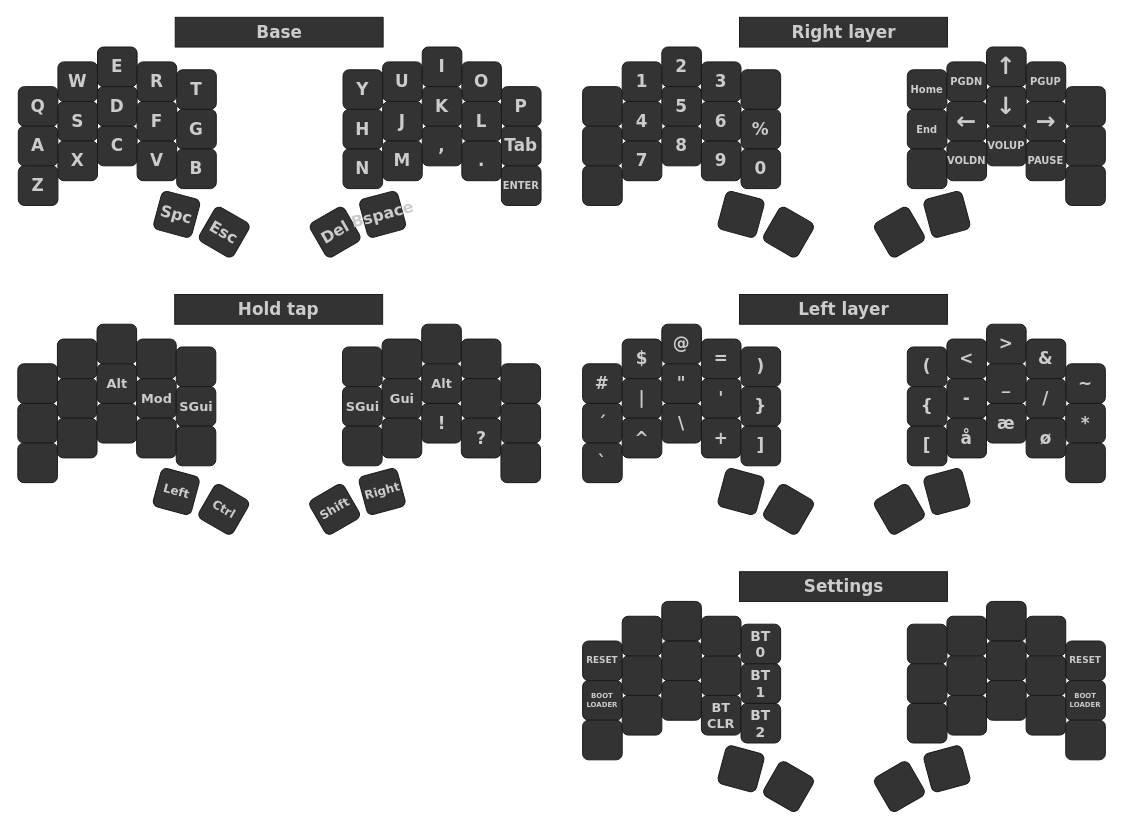
The draw.io diagram keymap.drawio in SofusA/zmk-config, before the edit. Source tidied: cells renumbered, new cells numbered last; positions are measured from the earlier drawing's top-left corner, leaving out a move shared by most shapes. Both pictures are drawn from the tidied source at 99%, with x=0, y=0 at pixel (18, 17).
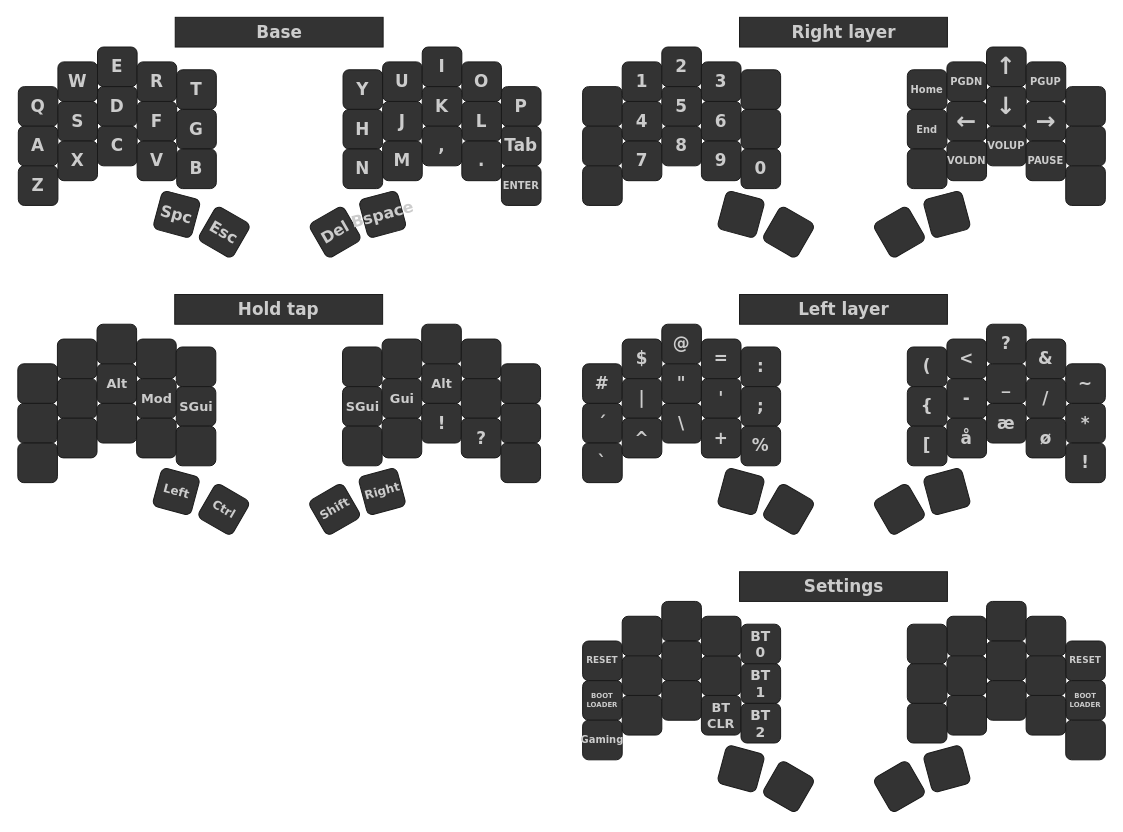
The same page after the edit.

What changed in the source:
```diff
@@
-    <mxCell id="45" style="whiteSpace=wrap;html=1;fontSize=17;fontFamily=Verdana;fontStyle=1;fontColor=#CCCCCC;fillColor=#333333;rounded=1;strokeColor=#1A1A1A;" parent="1" vertex="1">
+    <mxCell id="45" value="Gaming" style="whiteSpace=wrap;html=1;fontSize=10;fontFamily=Verdana;fontStyle=1;fontColor=#CCCCCC;fillColor=#333333;rounded=1;strokeColor=#1A1A1A;" parent="1" vertex="1">
       <mxGeometry x="570" y="710" width="40" height="40" as="geometry" />
     </mxCell>
@@
-    <mxCell id="82" value="%" style="whiteSpace=wrap;html=1;fontSize=17;fontFamily=Verdana;fontStyle=1;fontColor=#CCCCCC;fillColor=#333333;rounded=1;strokeColor=#1A1A1A;" parent="1" vertex="1">
+    <mxCell id="82" style="whiteSpace=wrap;html=1;fontSize=17;fontFamily=Verdana;fontStyle=1;fontColor=#CCCCCC;fillColor=#333333;rounded=1;strokeColor=#1A1A1A;" parent="1" vertex="1">
       <mxGeometry x="730" y="93" width="40" height="40" as="geometry" />
     </mxCell>
@@
-    <mxCell id="112" value=")" style="whiteSpace=wrap;html=1;fontSize=17;fontFamily=Verdana;fontStyle=1;fontColor=#CCCCCC;fillColor=#333333;rounded=1;strokeColor=#1A1A1A;" parent="1" vertex="1">
+    <mxCell id="112" value=":" style="whiteSpace=wrap;html=1;fontSize=17;fontFamily=Verdana;fontStyle=1;fontColor=#CCCCCC;fillColor=#333333;rounded=1;strokeColor=#1A1A1A;" parent="1" vertex="1">
       <mxGeometry x="730" y="333" width="40" height="40" as="geometry" />
     </mxCell>
@@
-    <mxCell id="117" value="}" style="whiteSpace=wrap;html=1;fontSize=17;fontFamily=Verdana;fontStyle=1;fontColor=#CCCCCC;fillColor=#333333;rounded=1;strokeColor=#1A1A1A;" parent="1" vertex="1">
+    <mxCell id="117" value=";" style="whiteSpace=wrap;html=1;fontSize=17;fontFamily=Verdana;fontStyle=1;fontColor=#CCCCCC;fillColor=#333333;rounded=1;strokeColor=#1A1A1A;" parent="1" vertex="1">
       <mxGeometry x="730" y="373" width="40" height="40" as="geometry" />
     </mxCell>
@@
-    <mxCell id="122" value="]" style="whiteSpace=wrap;html=1;fontSize=17;fontFamily=Verdana;fontStyle=1;fontColor=#CCCCCC;fillColor=#333333;rounded=1;strokeColor=#1A1A1A;" parent="1" vertex="1">
+    <mxCell id="122" value="%" style="whiteSpace=wrap;html=1;fontSize=17;fontFamily=Verdana;fontStyle=1;fontColor=#CCCCCC;fillColor=#333333;rounded=1;strokeColor=#1A1A1A;" parent="1" vertex="1">
       <mxGeometry x="730" y="413" width="40" height="40" as="geometry" />
     </mxCell>
@@
-    <mxCell id="127" value="&amp;gt;" style="whiteSpace=wrap;html=1;fontSize=17;fontFamily=Verdana;fontStyle=1;fontColor=#CCCCCC;fillColor=#333333;rounded=1;strokeColor=#1A1A1A;" parent="1" vertex="1">
+    <mxCell id="127" value="?" style="whiteSpace=wrap;html=1;fontSize=17;fontFamily=Verdana;fontStyle=1;fontColor=#CCCCCC;fillColor=#333333;rounded=1;strokeColor=#1A1A1A;" parent="1" vertex="1">
       <mxGeometry x="978" y="310" width="40" height="40" as="geometry" />
     </mxCell>
@@
-    <mxCell id="139" style="whiteSpace=wrap;html=1;fontSize=17;fontFamily=Verdana;fontStyle=1;fontColor=#CCCCCC;fillColor=#333333;rounded=1;strokeColor=#1A1A1A;" parent="1" vertex="1">
+    <mxCell id="139" value="!" style="whiteSpace=wrap;html=1;fontSize=17;fontFamily=Verdana;fontStyle=1;fontColor=#CCCCCC;fillColor=#333333;rounded=1;strokeColor=#1A1A1A;" parent="1" vertex="1">
       <mxGeometry x="1058" y="430" width="40" height="40" as="geometry" />
     </mxCell>
```
